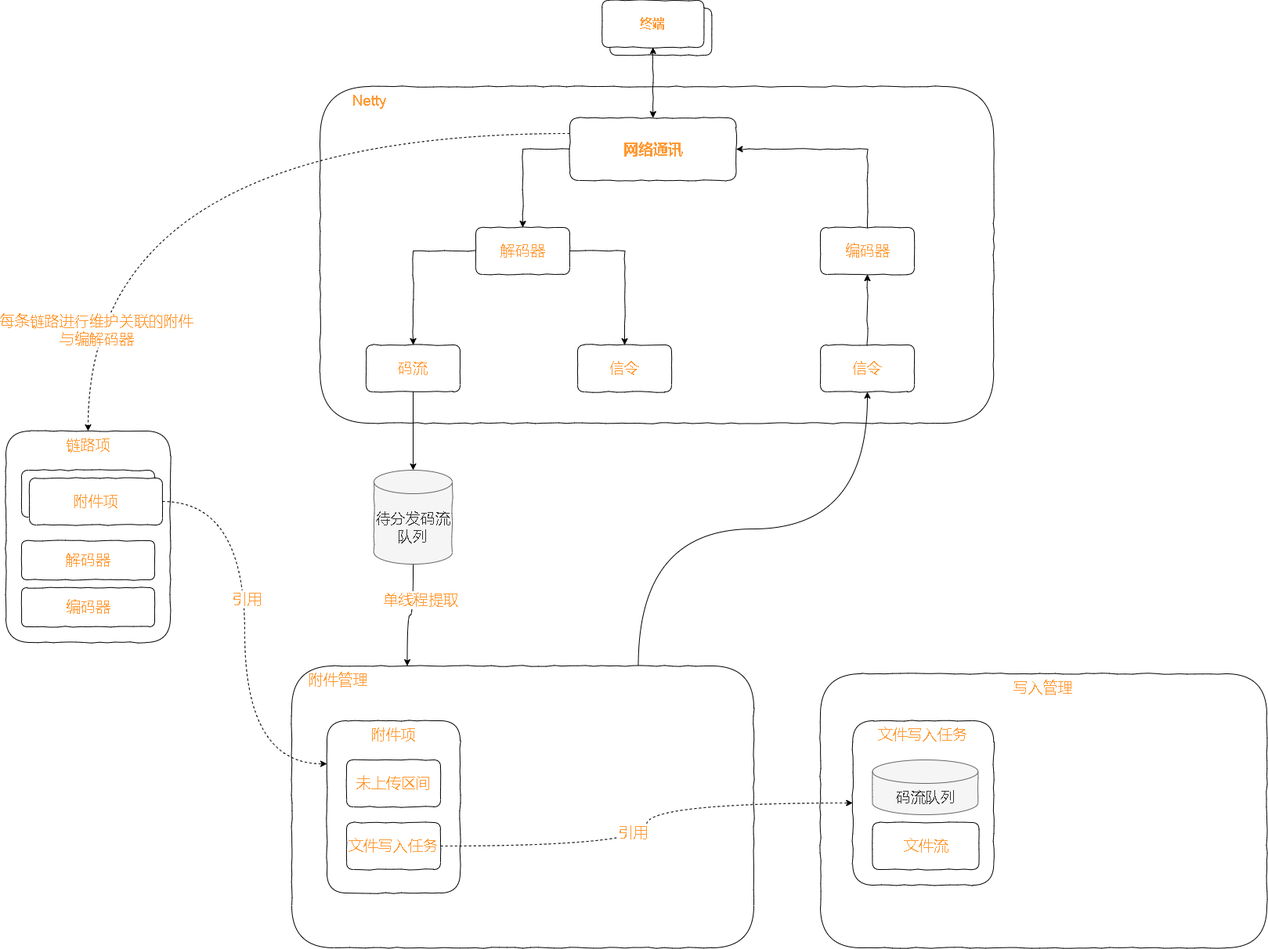
Before: test.drawio.png, a diagram exported from draw.io (xktder/draw). Source tidied: cells renumbered, new cells last; positions are measured from the earlier drawing's top-left corner, leaving out a move shared by most shapes.
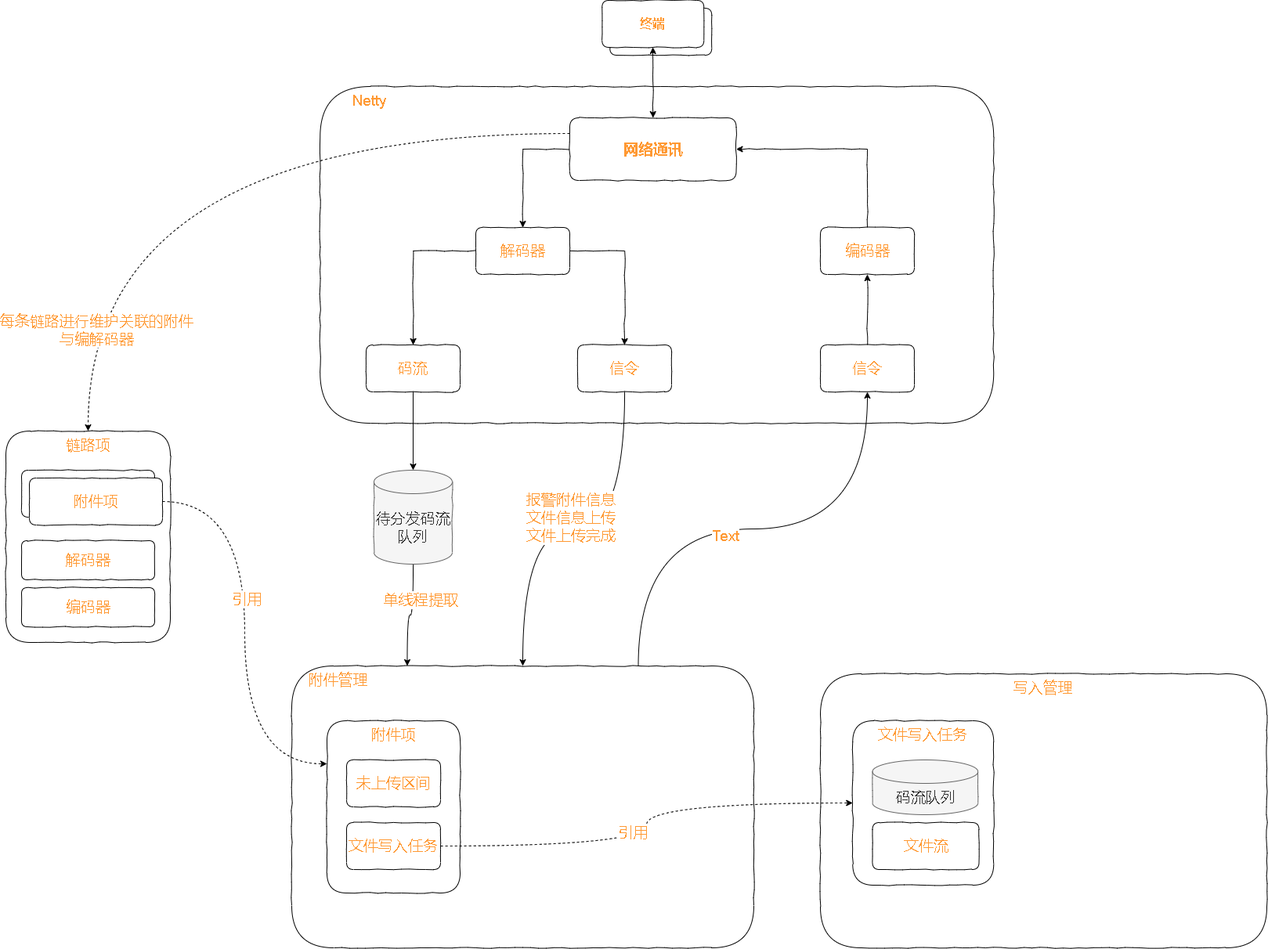
After the change.

What changed in the source:
```diff
@@ -11,6 +11,9 @@
     <mxCell id="4" style="edgeStyle=orthogonalEdgeStyle;curved=1;rounded=0;comic=0;jettySize=auto;html=1;exitX=0.75;exitY=0;exitDx=0;exitDy=0;entryX=0.5;entryY=1;entryDx=0;entryDy=0;fontSize=19;fontColor=#FF9933;startArrow=none;startFill=0;endArrow=classic;endFill=1;" parent="1" edge="1" source="5" target="23">
       <mxGeometry relative="1" as="geometry" />
     </mxCell>
+    <mxCell id="46" value="Text" style="edgeLabel;html=1;align=center;verticalAlign=middle;fontSize=19;fontColor=#FF9933;" parent="4" vertex="1">
+      <mxGeometry x="-0.11" y="-8" relative="1" as="geometry" />
+    </mxCell>
     <mxCell id="5" value="&amp;nbsp; &amp;nbsp; 附件管理" style="rounded=1;whiteSpace=wrap;html=1;comic=1;fontSize=19;fontColor=#FF9933;strokeColor=default;gradientColor=none;verticalAlign=top;align=left;" parent="1" vertex="1">
       <mxGeometry x="365" y="850" width="590" height="360" as="geometry" />
     </mxCell>
@@ -61,6 +64,14 @@
     <mxCell id="20" value="码流" style="rounded=1;whiteSpace=wrap;html=1;comic=1;fontSize=19;fontColor=#FF9933;strokeColor=default;gradientColor=none;" parent="1" vertex="1">
       <mxGeometry x="460" y="440" width="120" height="60" as="geometry" />
     </mxCell>
+    <mxCell id="47" style="edgeStyle=orthogonalEdgeStyle;curved=1;rounded=0;comic=0;jettySize=auto;html=1;entryX=0.5;entryY=0;entryDx=0;entryDy=0;fontSize=19;fontColor=#FF9933;startArrow=none;startFill=0;endArrow=classic;endFill=1;" parent="1" edge="1" source="21" target="5">
+      <mxGeometry relative="1" as="geometry" />
+    </mxCell>
+    <mxCell id="48" value="报警附件信息&lt;br&gt;文件信息上传&lt;br&gt;文件上传完成" style="edgeLabel;html=1;align=center;verticalAlign=middle;fontSize=19;fontColor=#FF9933;" parent="47" vertex="1">
+      <mxGeometry x="-0.49" y="-15" relative="1" as="geometry">
+        <mxPoint x="-55" y="38" as="offset" />
+      </mxGeometry>
+    </mxCell>
     <mxCell id="21" value="信令" style="rounded=1;whiteSpace=wrap;html=1;comic=1;fontSize=19;fontColor=#FF9933;strokeColor=default;gradientColor=none;" parent="1" vertex="1">
       <mxGeometry x="730" y="440" width="120" height="60" as="geometry" />
     </mxCell>
```
